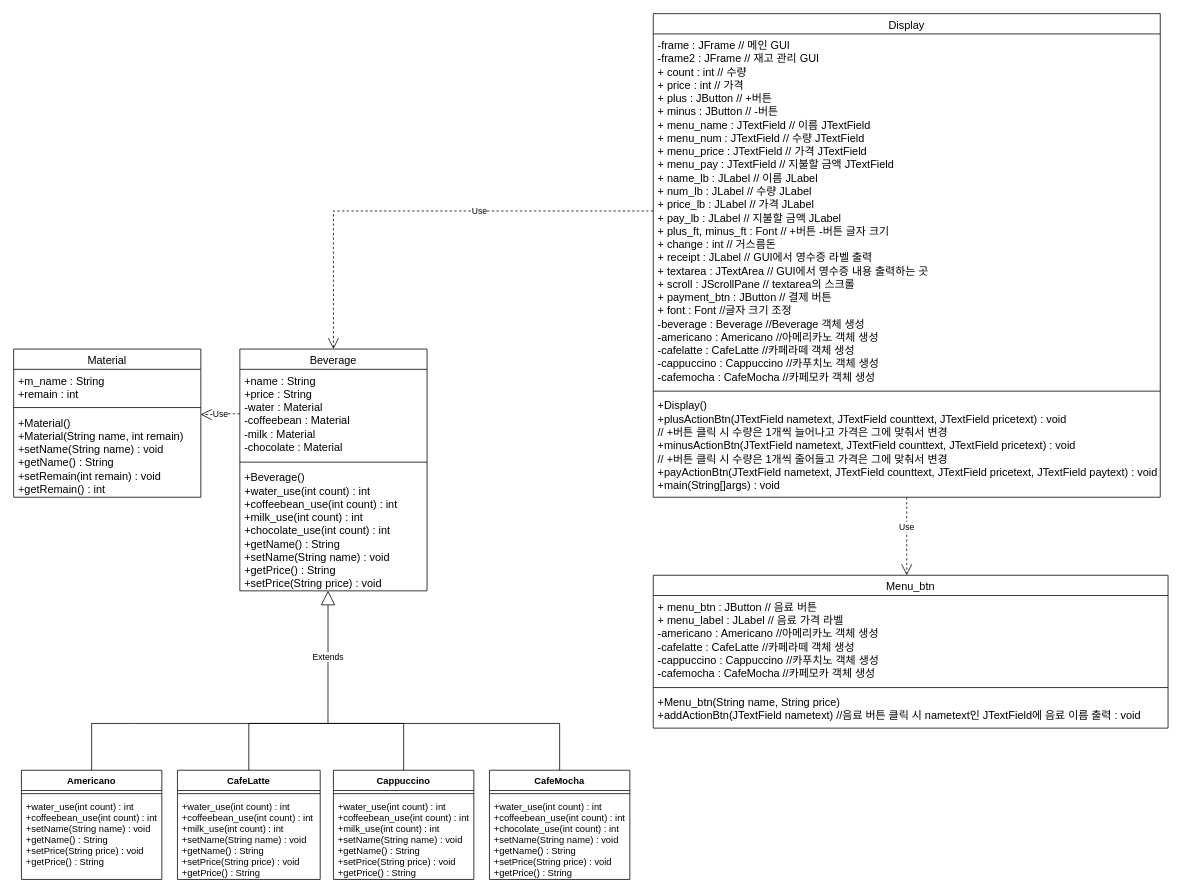
ans2568/Messenger keeps this draw.io diagram as Untitled Diagram.drawio. Above is the earlier version. Source tidied: cells renumbered, new cells numbered last; positions are measured from the earlier drawing's top-left corner, leaving out a move shared by most shapes. Both pictures are drawn from the tidied source at 78%, with x=0, y=0 at pixel (13, 13).
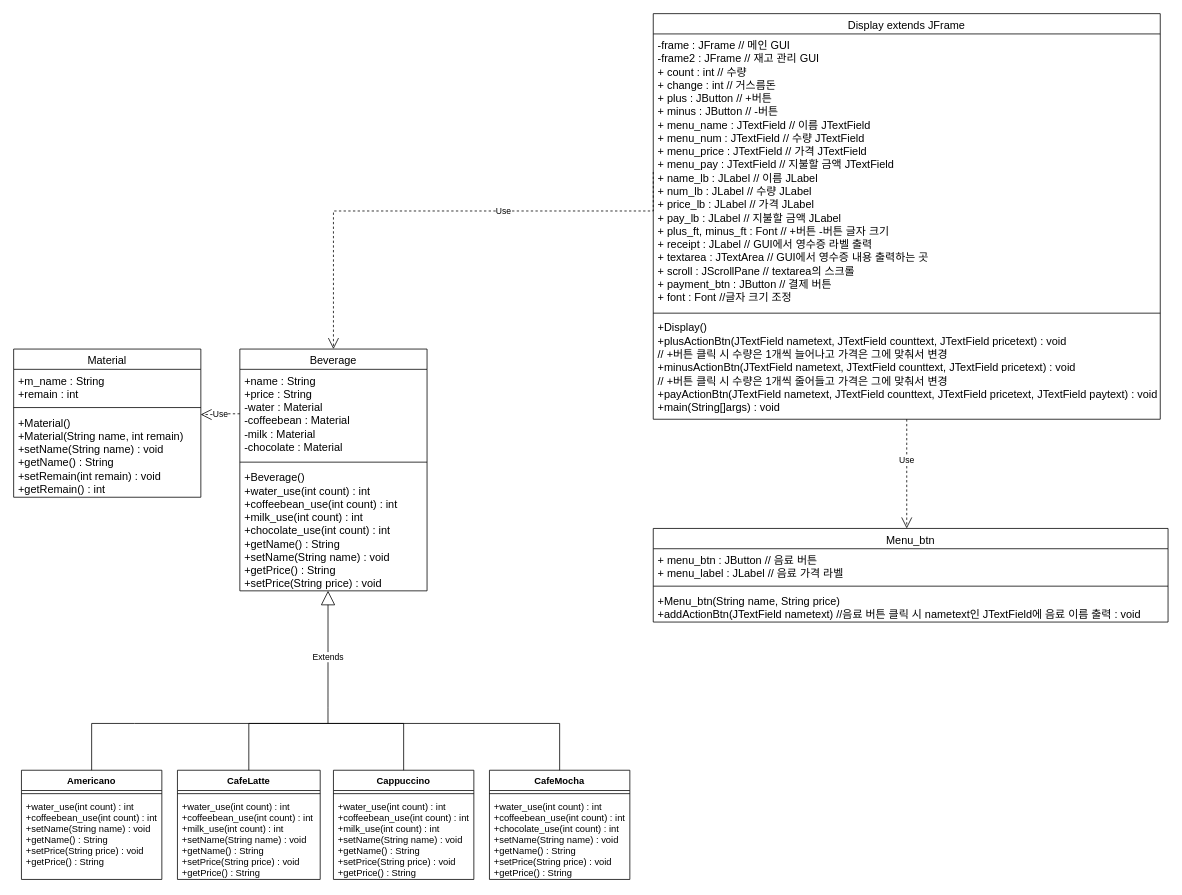
The same page after the edit.

Diff of the diagram source:
```diff
@@
-    <mxCell id="6" value="Display" style="swimlane;fontStyle=0;align=center;verticalAlign=top;horizontal=1;startSize=26;rounded=0;shadow=0;strokeWidth=1;fontSize=14;" parent="1" vertex="1">
-      <mxGeometry x="820" width="650" height="620" as="geometry" />
+    <mxCell id="6" value="Display extends JFrame" style="swimlane;fontStyle=0;align=center;verticalAlign=top;horizontal=1;startSize=26;rounded=0;shadow=0;strokeWidth=1;fontSize=14;" parent="1" vertex="1">
+      <mxGeometry x="820" width="650" height="520" as="geometry" />
     </mxCell>
-    <mxCell id="7" value="-frame : JFrame // 메인 GUI&#10;-frame2 : JFrame // 재고 관리 GUI&#10;+ count : int // 수량&#10;+ price : int // 가격&#10;+ plus : JButton // +버튼&#10;+ minus : JButton // -버튼&#10;+ menu_name : JTextField // 이름 JTextField&#10;+ menu_num : JTextField // 수량 JTextField&#10;+ menu_price : JTextField // 가격 JTextField&#10;+ menu_pay : JTextField // 지불할 금액 JTextField&#10;+ name_lb : JLabel // 이름 JLabel&#10;+ num_lb : JLabel // 수량 JLabel&#10;+ price_lb : JLabel // 가격 JLabel&#10;+ pay_lb : JLabel // 지불할 금액 JLabel&#10;+ plus_ft, minus_ft : Font // +버튼 -버튼 글자 크기&#10;+ change : int // 거스름돈&#10;+ receipt : JLabel // GUI에서 영수증 라벨 출력&#10;+ textarea : JTextArea // GUI에서 영수증 내용 출력하는 곳&#10;+ scroll : JScrollPane // textarea의 스크롤&#10;+ payment_btn : JButton // 결제 버튼&#10;+ font : Font //글자 크기 조정&#10;-beverage : Beverage //Beverage 객체 생성&#10;-americano : Americano //아메리카노 객체 생성&#10;-cafelatte : CafeLatte //카페라떼 객체 생성&#10;-cappuccino : Cappuccino //카푸치노 객체 생성&#10;-cafemocha : CafeMocha //카페모카 객체 생성" style="text;align=left;verticalAlign=top;spacingLeft=4;spacingRight=4;overflow=hidden;points=[[0,0.5],[1,0.5]];portConstraint=eastwest;fontSize=14;" parent="6" vertex="1">
-      <mxGeometry y="26" width="650" height="454" as="geometry" />
+    <mxCell id="7" value="-frame : JFrame // 메인 GUI&#10;-frame2 : JFrame // 재고 관리 GUI&#10;+ count : int // 수량&#10;+ change : int // 거스름돈&#10;+ plus : JButton // +버튼&#10;+ minus : JButton // -버튼&#10;+ menu_name : JTextField // 이름 JTextField&#10;+ menu_num : JTextField // 수량 JTextField&#10;+ menu_price : JTextField // 가격 JTextField&#10;+ menu_pay : JTextField // 지불할 금액 JTextField&#10;+ name_lb : JLabel // 이름 JLabel&#10;+ num_lb : JLabel // 수량 JLabel&#10;+ price_lb : JLabel // 가격 JLabel&#10;+ pay_lb : JLabel // 지불할 금액 JLabel&#10;+ plus_ft, minus_ft : Font // +버튼 -버튼 글자 크기&#10;+ receipt : JLabel // GUI에서 영수증 라벨 출력&#10;+ textarea : JTextArea // GUI에서 영수증 내용 출력하는 곳&#10;+ scroll : JScrollPane // textarea의 스크롤&#10;+ payment_btn : JButton // 결제 버튼&#10;+ font : Font //글자 크기 조정" style="text;align=left;verticalAlign=top;spacingLeft=4;spacingRight=4;overflow=hidden;points=[[0,0.5],[1,0.5]];portConstraint=eastwest;fontSize=14;" parent="6" vertex="1">
+      <mxGeometry y="26" width="650" height="354" as="geometry" />
     </mxCell>
     <mxCell id="8" style="line;html=1;strokeWidth=1;align=left;verticalAlign=middle;spacingTop=-1;spacingLeft=3;spacingRight=3;labelPosition=right;fontSize=14;" parent="6" vertex="1">
-      <mxGeometry y="480" width="650" height="8" as="geometry" />
+      <mxGeometry y="380" width="650" height="8" as="geometry" />
     </mxCell>
     <mxCell id="9" value="+Display()&#10;+plusActionBtn(JTextField nametext, JTextField counttext, JTextField pricetext) : void&#10;// +버튼 클릭 시 수량은 1개씩 늘어나고 가격은 그에 맞춰서 변경&#10;+minusActionBtn(JTextField nametext, JTextField counttext, JTextField pricetext) : void&#10;// +버튼 클릭 시 수량은 1개씩 줄어들고 가격은 그에 맞춰서 변경&#10;+payActionBtn(JTextField nametext, JTextField counttext, JTextField pricetext, JTextField paytext) : void&#10;+main(String[]args) : void" style="text;strokeColor=none;fillColor=none;align=left;verticalAlign=top;spacingLeft=4;spacingRight=4;overflow=hidden;points=[[0,0.5],[1,0.5]];portConstraint=eastwest;fontSize=14;" parent="6" vertex="1">
-      <mxGeometry y="488" width="650" height="132" as="geometry" />
+      <mxGeometry y="388" width="650" height="132" as="geometry" />
     </mxCell>
     <mxCell id="10" value="Menu_btn" style="swimlane;fontStyle=0;align=center;verticalAlign=top;horizontal=1;startSize=26;rounded=0;shadow=0;strokeWidth=1;fontSize=14;" parent="1" vertex="1">
-      <mxGeometry x="820" y="720" width="660" height="196" as="geometry" />
+      <mxGeometry x="820" y="660" width="660" height="120" as="geometry" />
     </mxCell>
-    <mxCell id="11" value="+ menu_btn : JButton // 음료 버튼&#10;+ menu_label : JLabel // 음료 가격 라벨&#10;-americano : Americano //아메리카노 객체 생성&#10;-cafelatte : CafeLatte //카페라떼 객체 생성&#10;-cappuccino : Cappuccino //카푸치노 객체 생성&#10;-cafemocha : CafeMocha //카페모카 객체 생성" style="text;align=left;verticalAlign=top;spacingLeft=4;spacingRight=4;overflow=hidden;fontSize=14;" parent="10" vertex="1">
-      <mxGeometry y="26" width="660" height="114" as="geometry" />
+    <mxCell id="11" value="+ menu_btn : JButton // 음료 버튼&#10;+ menu_label : JLabel // 음료 가격 라벨&#10;" style="text;align=left;verticalAlign=top;spacingLeft=4;spacingRight=4;overflow=hidden;fontSize=14;" parent="10" vertex="1">
+      <mxGeometry y="26" width="660" height="44" as="geometry" />
     </mxCell>
     <mxCell id="12" style="line;html=1;strokeWidth=1;align=left;verticalAlign=middle;spacingTop=-1;spacingLeft=3;spacingRight=3;labelPosition=right;fontSize=14;" parent="10" vertex="1">
-      <mxGeometry y="140" width="660" height="8" as="geometry" />
+      <mxGeometry y="70" width="660" height="8" as="geometry" />
     </mxCell>
     <mxCell id="13" value="+Menu_btn(String name, String price) &#10;+addActionBtn(JTextField nametext) //음료 버튼 클릭 시 nametext인 JTextField에 음료 이름 출력 : void" style="text;align=left;verticalAlign=top;spacingLeft=4;spacingRight=4;overflow=hidden;fontSize=14;" parent="10" vertex="1">
-      <mxGeometry y="148" width="660" height="42" as="geometry" />
+      <mxGeometry y="78" width="660" height="42" as="geometry" />
     </mxCell>
@@
     <mxCell id="35" value="Use" style="endArrow=open;endSize=12;dashed=1;html=1;rounded=0;edgeStyle=orthogonalEdgeStyle;exitX=0.5;exitY=1;exitDx=0;exitDy=0;exitPerimeter=0;" parent="1" edge="1" source="9">
       <mxGeometry x="-0.24" relative="1" as="geometry">
-        <mxPoint x="1145" y="720" as="targetPoint" />
+        <mxPoint x="1145" y="660" as="targetPoint" />
         <Array as="points">
-          <mxPoint x="1145" y="720" />
+          <mxPoint x="1145" y="550" />
+          <mxPoint x="1145" y="550" />
         </Array>
       </mxGeometry>
     </mxCell>
```
